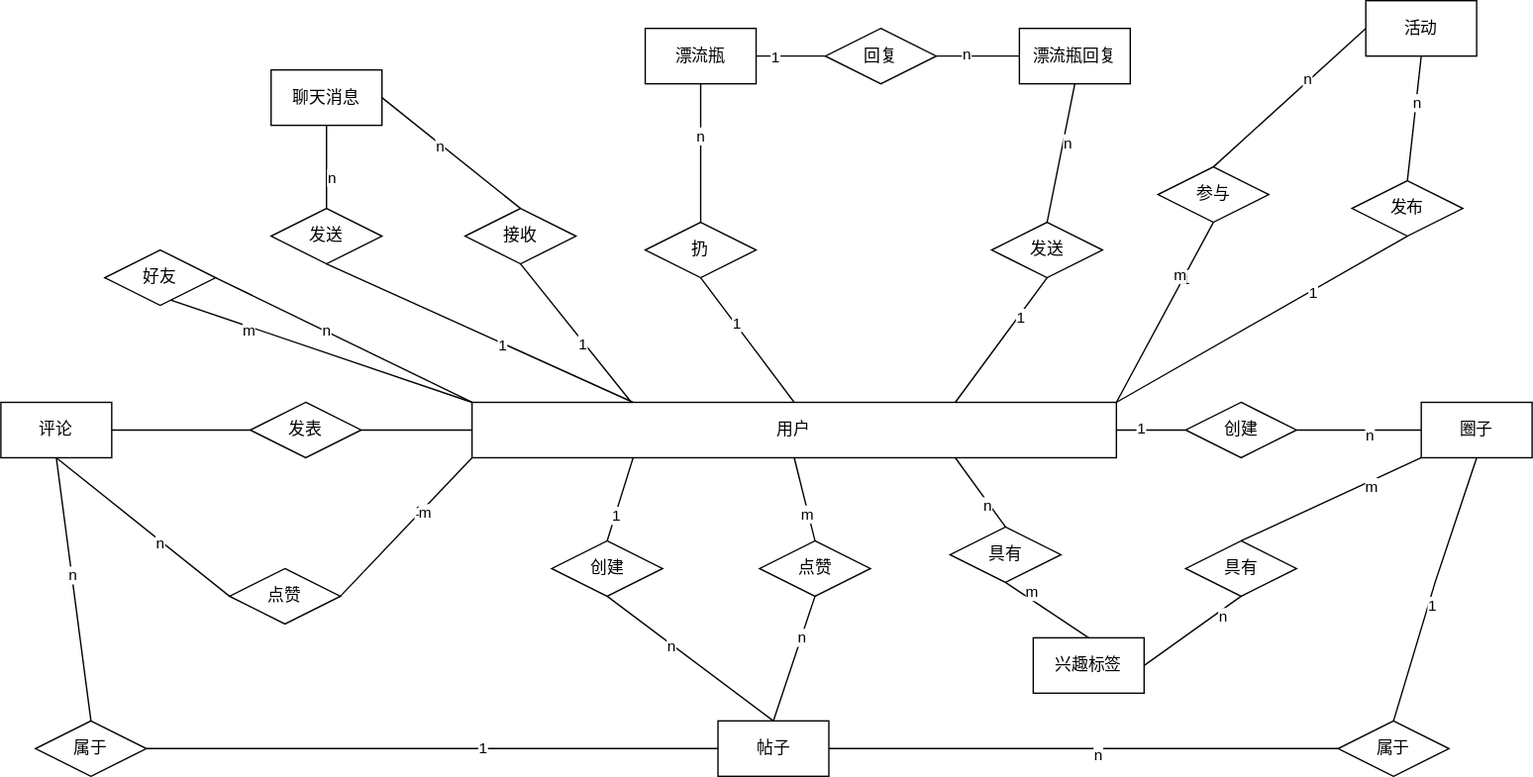
Guo-HY/BUAA_DB keeps this draw.io diagram as doc/pictures/联系E-R图.drawio.svg. Above is the earlier version. Source tidied: cells renumbered, new cells last; positions are measured from the earlier drawing's top-left corner, leaving out a move shared by most shapes.
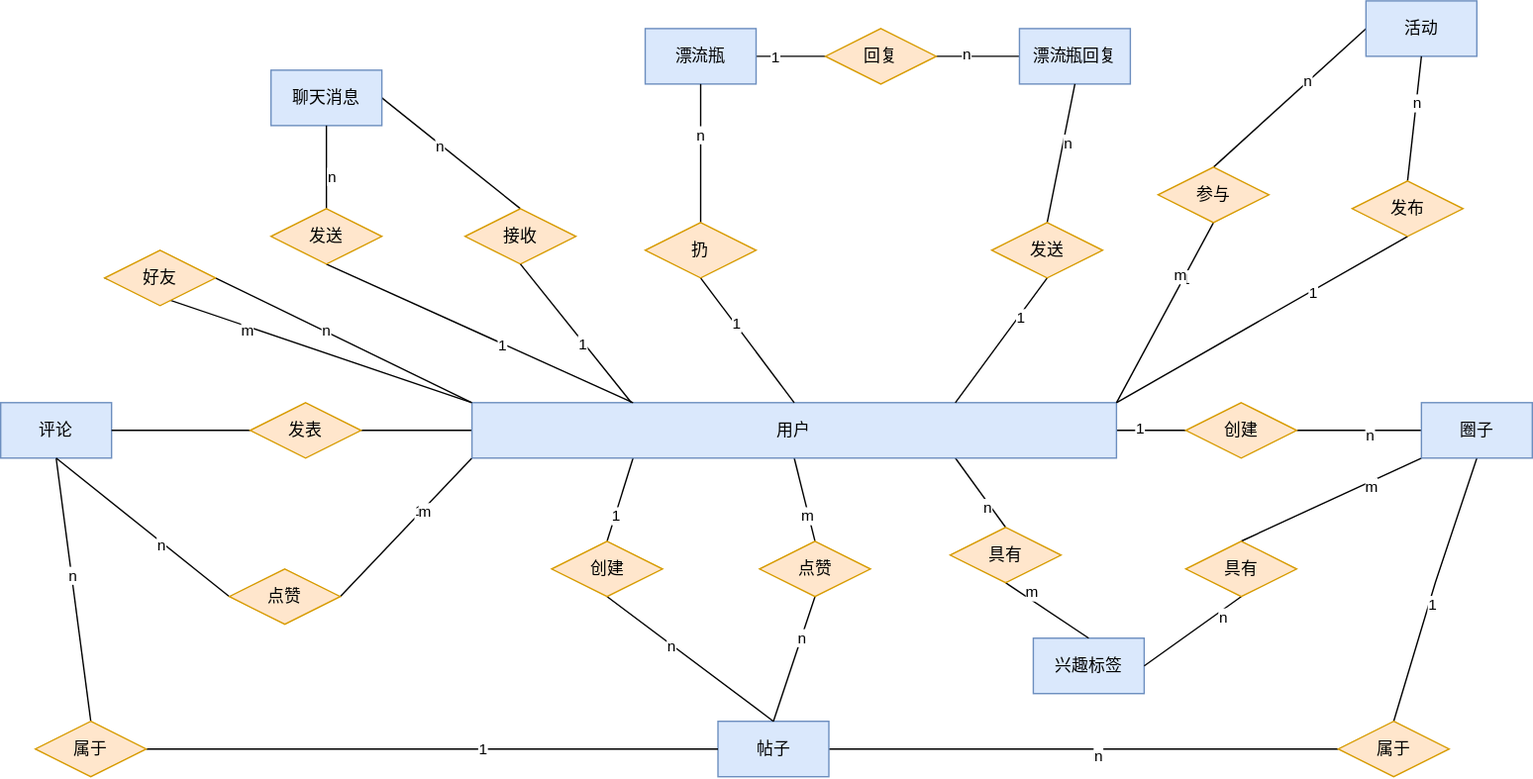
Above is the later version.

The edit, as a diff of the source:
```diff
@@ -46,7 +46,7 @@
         <mxPoint x="1" as="offset" />
       </mxGeometry>
     </mxCell>
-    <mxCell id="16" value="用户" style="rounded=0;whiteSpace=wrap;html=1;" parent="1" vertex="1">
+    <mxCell id="16" value="用户" style="rounded=0;whiteSpace=wrap;html=1;fillColor=#dae8fc;strokeColor=#6c8ebf;" parent="1" vertex="1">
       <mxGeometry x="340" y="290" width="465" height="40" as="geometry" />
     </mxCell>
     <mxCell id="17" style="edgeStyle=orthogonalEdgeStyle;rounded=0;jettySize=auto;html=1;exitX=1;exitY=0.5;exitDx=0;exitDy=0;endArrow=none;endFill=0;" parent="1" edge="1" source="19" target="24">
@@ -55,7 +55,7 @@
     <mxCell id="18" value="n" style="edgeLabel;html=1;align=center;verticalAlign=middle;" parent="17" vertex="1">
       <mxGeometry x="0.16" y="-3" relative="1" as="geometry" />
     </mxCell>
-    <mxCell id="19" value="创建" style="rhombus;whiteSpace=wrap;html=1;" parent="1" vertex="1">
+    <mxCell id="19" value="创建" style="rhombus;whiteSpace=wrap;html=1;fillColor=#ffe6cc;strokeColor=#d79b00;" parent="1" vertex="1">
       <mxGeometry x="855" y="290" width="80" height="40" as="geometry" />
     </mxCell>
     <mxCell id="20" style="edgeStyle=none;rounded=0;jettySize=auto;html=1;exitX=0.5;exitY=1;exitDx=0;exitDy=0;entryX=0.5;entryY=0;entryDx=0;entryDy=0;endArrow=none;endFill=0;" parent="1" edge="1" source="24" target="36">
@@ -74,7 +74,7 @@
     <mxCell id="23" value="m" style="edgeLabel;html=1;align=center;verticalAlign=middle;" parent="22" vertex="1">
       <mxGeometry x="-0.41" y="3" relative="1" as="geometry" />
     </mxCell>
-    <mxCell id="24" value="圈子" style="rounded=0;whiteSpace=wrap;html=1;" parent="1" vertex="1">
+    <mxCell id="24" value="圈子" style="rounded=0;whiteSpace=wrap;html=1;fillColor=#dae8fc;strokeColor=#6c8ebf;" parent="1" vertex="1">
       <mxGeometry x="1025" y="290" width="80" height="40" as="geometry" />
     </mxCell>
     <mxCell id="25" style="edgeStyle=orthogonalEdgeStyle;rounded=0;jettySize=auto;html=1;exitX=1;exitY=0.5;exitDx=0;exitDy=0;entryX=0;entryY=0.5;entryDx=0;entryDy=0;endArrow=none;endFill=0;" parent="1" edge="1" source="27" target="36">
@@ -83,7 +83,7 @@
     <mxCell id="26" value="n" style="edgeLabel;html=1;align=center;verticalAlign=middle;" parent="25" vertex="1">
       <mxGeometry x="0.05" y="-4" relative="1" as="geometry" />
     </mxCell>
-    <mxCell id="27" value="帖子" style="rounded=0;whiteSpace=wrap;html=1;" parent="1" vertex="1">
+    <mxCell id="27" value="帖子" style="rounded=0;whiteSpace=wrap;html=1;fillColor=#dae8fc;strokeColor=#6c8ebf;" parent="1" vertex="1">
       <mxGeometry x="517.5" y="520" width="80" height="40" as="geometry" />
     </mxCell>
     <mxCell id="28" style="edgeStyle=none;rounded=0;jettySize=auto;html=1;exitX=0.5;exitY=1;exitDx=0;exitDy=0;entryX=0.5;entryY=0;entryDx=0;entryDy=0;endArrow=none;endFill=0;" parent="1" edge="1" source="30" target="27">
@@ -92,7 +92,7 @@
     <mxCell id="29" value="n" style="edgeLabel;html=1;align=center;verticalAlign=middle;" parent="28" vertex="1">
       <mxGeometry x="-0.23" y="-1" relative="1" as="geometry" />
     </mxCell>
-    <mxCell id="30" value="创建" style="rhombus;whiteSpace=wrap;html=1;" parent="1" vertex="1">
+    <mxCell id="30" value="创建" style="rhombus;whiteSpace=wrap;html=1;fillColor=#ffe6cc;strokeColor=#d79b00;" parent="1" vertex="1">
       <mxGeometry x="397.5" y="390" width="80" height="40" as="geometry" />
     </mxCell>
     <mxCell id="31" style="rounded=0;jettySize=auto;html=1;exitX=0.5;exitY=1;exitDx=0;exitDy=0;entryX=0.5;entryY=0;entryDx=0;entryDy=0;endArrow=none;endFill=0;" parent="1" edge="1" source="33" target="39">
@@ -101,16 +101,16 @@
     <mxCell id="32" value="n" style="edgeLabel;html=1;align=center;verticalAlign=middle;" parent="31" vertex="1">
       <mxGeometry x="-0.11" relative="1" as="geometry" />
     </mxCell>
-    <mxCell id="33" value="评论" style="rounded=0;whiteSpace=wrap;html=1;" parent="1" vertex="1">
+    <mxCell id="33" value="评论" style="rounded=0;whiteSpace=wrap;html=1;fillColor=#dae8fc;strokeColor=#6c8ebf;" parent="1" vertex="1">
       <mxGeometry y="290" width="80" height="40" as="geometry" />
     </mxCell>
     <mxCell id="34" style="edgeStyle=none;rounded=0;jettySize=auto;html=1;exitX=0;exitY=0.5;exitDx=0;exitDy=0;entryX=1;entryY=0.5;entryDx=0;entryDy=0;endArrow=none;endFill=0;" parent="1" edge="1" source="35" target="33">
       <mxGeometry relative="1" as="geometry" />
     </mxCell>
-    <mxCell id="35" value="发表" style="rhombus;whiteSpace=wrap;html=1;" parent="1" vertex="1">
+    <mxCell id="35" value="发表" style="rhombus;whiteSpace=wrap;html=1;fillColor=#ffe6cc;strokeColor=#d79b00;" parent="1" vertex="1">
       <mxGeometry x="180" y="290" width="80" height="40" as="geometry" />
     </mxCell>
-    <mxCell id="36" value="属于" style="rhombus;whiteSpace=wrap;html=1;" parent="1" vertex="1">
+    <mxCell id="36" value="属于" style="rhombus;whiteSpace=wrap;html=1;fillColor=#ffe6cc;strokeColor=#d79b00;" parent="1" vertex="1">
       <mxGeometry x="965" y="520" width="80" height="40" as="geometry" />
     </mxCell>
     <mxCell id="37" style="edgeStyle=orthogonalEdgeStyle;rounded=0;jettySize=auto;html=1;exitX=1;exitY=0.5;exitDx=0;exitDy=0;entryX=0;entryY=0.5;entryDx=0;entryDy=0;endArrow=none;endFill=0;" parent="1" edge="1" source="39" target="27">
@@ -119,7 +119,7 @@
     <mxCell id="38" value="1" style="edgeLabel;html=1;align=center;verticalAlign=middle;" parent="37" vertex="1">
       <mxGeometry x="0.17" y="1" relative="1" as="geometry" />
     </mxCell>
-    <mxCell id="39" value="属于" style="rhombus;whiteSpace=wrap;html=1;" parent="1" vertex="1">
+    <mxCell id="39" value="属于" style="rhombus;whiteSpace=wrap;html=1;fillColor=#ffe6cc;strokeColor=#d79b00;" parent="1" vertex="1">
       <mxGeometry x="25" y="520" width="80" height="40" as="geometry" />
     </mxCell>
     <mxCell id="40" style="edgeStyle=none;rounded=0;jettySize=auto;html=1;exitX=0;exitY=0.5;exitDx=0;exitDy=0;entryX=0.5;entryY=1;entryDx=0;entryDy=0;endArrow=none;endFill=0;" parent="1" edge="1" source="42" target="33">
@@ -130,7 +130,7 @@
         <mxPoint x="1" as="offset" />
       </mxGeometry>
     </mxCell>
-    <mxCell id="42" value="点赞" style="rhombus;whiteSpace=wrap;html=1;" parent="1" vertex="1">
+    <mxCell id="42" value="点赞" style="rhombus;whiteSpace=wrap;html=1;fillColor=#ffe6cc;strokeColor=#d79b00;" parent="1" vertex="1">
       <mxGeometry x="165" y="410" width="80" height="40" as="geometry" />
     </mxCell>
     <mxCell id="43" style="edgeStyle=none;rounded=0;jettySize=auto;html=1;exitX=0.5;exitY=1;exitDx=0;exitDy=0;endArrow=none;endFill=0;entryX=0.5;entryY=0;entryDx=0;entryDy=0;" parent="1" edge="1" source="45" target="27">
@@ -139,7 +139,7 @@
     <mxCell id="44" value="n" style="edgeLabel;html=1;align=center;verticalAlign=middle;" parent="43" vertex="1">
       <mxGeometry x="-0.34" relative="1" as="geometry" />
     </mxCell>
-    <mxCell id="45" value="点赞" style="rhombus;whiteSpace=wrap;html=1;" parent="1" vertex="1">
+    <mxCell id="45" value="点赞" style="rhombus;whiteSpace=wrap;html=1;fillColor=#ffe6cc;strokeColor=#d79b00;" parent="1" vertex="1">
       <mxGeometry x="547.5" y="390" width="80" height="40" as="geometry" />
     </mxCell>
     <mxCell id="46" style="edgeStyle=none;rounded=0;jettySize=auto;html=1;exitX=1;exitY=0.5;exitDx=0;exitDy=0;entryX=0;entryY=0;entryDx=0;entryDy=0;endArrow=none;endFill=0;" parent="1" edge="1" source="48" target="16">
@@ -148,7 +148,7 @@
     <mxCell id="47" value="n" style="edgeLabel;html=1;align=center;verticalAlign=middle;" parent="46" vertex="1">
       <mxGeometry x="-0.15" y="1" relative="1" as="geometry" />
     </mxCell>
-    <mxCell id="48" value="好友" style="rhombus;whiteSpace=wrap;html=1;" parent="1" vertex="1">
+    <mxCell id="48" value="好友" style="rhombus;whiteSpace=wrap;html=1;fillColor=#ffe6cc;strokeColor=#d79b00;" parent="1" vertex="1">
       <mxGeometry x="75" y="180" width="80" height="40" as="geometry" />
     </mxCell>
     <mxCell id="49" style="edgeStyle=none;rounded=0;jettySize=auto;html=1;exitX=1;exitY=0.5;exitDx=0;exitDy=0;entryX=0.5;entryY=0;entryDx=0;entryDy=0;endArrow=none;endFill=0;" parent="1" edge="1" source="51" target="86">
@@ -157,7 +157,7 @@
     <mxCell id="50" value="n" style="edgeLabel;html=1;align=center;verticalAlign=middle;" parent="49" vertex="1">
       <mxGeometry x="-0.16" y="-1" relative="1" as="geometry" />
     </mxCell>
-    <mxCell id="51" value="聊天消息" style="rounded=0;whiteSpace=wrap;html=1;" parent="1" vertex="1">
+    <mxCell id="51" value="聊天消息" style="rounded=0;whiteSpace=wrap;html=1;fillColor=#dae8fc;strokeColor=#6c8ebf;" parent="1" vertex="1">
       <mxGeometry x="195" y="50" width="80" height="40" as="geometry" />
     </mxCell>
     <mxCell id="52" style="edgeStyle=none;rounded=0;jettySize=auto;html=1;exitX=0.5;exitY=0;exitDx=0;exitDy=0;entryX=0.5;entryY=1;entryDx=0;entryDy=0;endArrow=none;endFill=0;" parent="1" edge="1" source="56" target="51">
@@ -172,7 +172,7 @@
     <mxCell id="55" value="1" style="edgeLabel;html=1;align=center;verticalAlign=middle;" parent="54" vertex="1">
       <mxGeometry x="0.14" y="-1" relative="1" as="geometry" />
     </mxCell>
-    <mxCell id="56" value="发送" style="rhombus;whiteSpace=wrap;html=1;" parent="1" vertex="1">
+    <mxCell id="56" value="发送" style="rhombus;whiteSpace=wrap;html=1;fillColor=#ffe6cc;strokeColor=#d79b00;" parent="1" vertex="1">
       <mxGeometry x="195" y="150" width="80" height="40" as="geometry" />
     </mxCell>
     <mxCell id="57" style="edgeStyle=none;rounded=0;jettySize=auto;html=1;exitX=1;exitY=0.5;exitDx=0;exitDy=0;entryX=0;entryY=0.5;entryDx=0;entryDy=0;endArrow=none;endFill=0;" parent="1" edge="1" source="59" target="73">
@@ -181,7 +181,7 @@
     <mxCell id="58" value="1" style="edgeLabel;html=1;align=center;verticalAlign=middle;" parent="57" vertex="1">
       <mxGeometry x="-0.46" relative="1" as="geometry" />
     </mxCell>
-    <mxCell id="59" value="漂流瓶" style="rounded=0;whiteSpace=wrap;html=1;" parent="1" vertex="1">
+    <mxCell id="59" value="漂流瓶" style="rounded=0;whiteSpace=wrap;html=1;fillColor=#dae8fc;strokeColor=#6c8ebf;" parent="1" vertex="1">
       <mxGeometry x="465" y="20" width="80" height="40" as="geometry" />
     </mxCell>
     <mxCell id="60" style="edgeStyle=none;rounded=0;jettySize=auto;html=1;exitX=0.5;exitY=0;exitDx=0;exitDy=0;entryX=0.5;entryY=1;entryDx=0;entryDy=0;endArrow=none;endFill=0;" parent="1" edge="1" source="64" target="59">
@@ -196,7 +196,7 @@
     <mxCell id="63" value="1" style="edgeLabel;html=1;align=center;verticalAlign=middle;" parent="62" vertex="1">
       <mxGeometry x="-0.28" y="1" relative="1" as="geometry" />
     </mxCell>
-    <mxCell id="64" value="扔" style="rhombus;whiteSpace=wrap;html=1;" parent="1" vertex="1">
+    <mxCell id="64" value="扔" style="rhombus;whiteSpace=wrap;html=1;fillColor=#ffe6cc;strokeColor=#d79b00;" parent="1" vertex="1">
       <mxGeometry x="465" y="160" width="80" height="40" as="geometry" />
     </mxCell>
     <mxCell id="65" style="edgeStyle=none;rounded=0;jettySize=auto;html=1;exitX=0;exitY=0.5;exitDx=0;exitDy=0;entryX=1;entryY=0.5;entryDx=0;entryDy=0;endArrow=none;endFill=0;" parent="1" edge="1" source="67" target="73">
@@ -205,7 +205,7 @@
     <mxCell id="66" value="n" style="edgeLabel;html=1;align=center;verticalAlign=middle;" parent="65" vertex="1">
       <mxGeometry x="0.3" y="-2" relative="1" as="geometry" />
     </mxCell>
-    <mxCell id="67" value="漂流瓶回复" style="rounded=0;whiteSpace=wrap;html=1;" parent="1" vertex="1">
+    <mxCell id="67" value="漂流瓶回复" style="rounded=0;whiteSpace=wrap;html=1;fillColor=#dae8fc;strokeColor=#6c8ebf;" parent="1" vertex="1">
       <mxGeometry x="735" y="20" width="80" height="40" as="geometry" />
     </mxCell>
     <mxCell id="68" style="edgeStyle=none;rounded=0;jettySize=auto;html=1;exitX=0.5;exitY=0;exitDx=0;exitDy=0;entryX=0.5;entryY=1;entryDx=0;entryDy=0;endArrow=none;endFill=0;" parent="1" edge="1" source="72" target="67">
@@ -220,10 +220,10 @@
     <mxCell id="71" value="1" style="edgeLabel;html=1;align=center;verticalAlign=middle;" parent="70" vertex="1">
       <mxGeometry x="-0.38" y="1" relative="1" as="geometry" />
     </mxCell>
-    <mxCell id="72" value="发送" style="rhombus;whiteSpace=wrap;html=1;" parent="1" vertex="1">
+    <mxCell id="72" value="发送" style="rhombus;whiteSpace=wrap;html=1;fillColor=#ffe6cc;strokeColor=#d79b00;" parent="1" vertex="1">
       <mxGeometry x="715" y="160" width="80" height="40" as="geometry" />
     </mxCell>
-    <mxCell id="73" value="回复" style="rhombus;whiteSpace=wrap;html=1;" parent="1" vertex="1">
+    <mxCell id="73" value="回复" style="rhombus;whiteSpace=wrap;html=1;fillColor=#ffe6cc;strokeColor=#d79b00;" parent="1" vertex="1">
       <mxGeometry x="595" y="20" width="80" height="40" as="geometry" />
     </mxCell>
     <mxCell id="74" style="edgeStyle=none;rounded=0;jettySize=auto;html=1;exitX=0;exitY=0.5;exitDx=0;exitDy=0;entryX=0.5;entryY=0;entryDx=0;entryDy=0;endArrow=none;endFill=0;" parent="1" edge="1" source="76" target="85">
@@ -232,7 +232,7 @@
     <mxCell id="75" value="n" style="edgeLabel;html=1;align=center;verticalAlign=middle;" parent="74" vertex="1">
       <mxGeometry x="-0.24" y="-1" relative="1" as="geometry" />
     </mxCell>
-    <mxCell id="76" value="活动" style="rounded=0;whiteSpace=wrap;html=1;" parent="1" vertex="1">
+    <mxCell id="76" value="活动" style="rounded=0;whiteSpace=wrap;html=1;fillColor=#dae8fc;strokeColor=#6c8ebf;" parent="1" vertex="1">
       <mxGeometry x="985" width="80" height="40" as="geometry" />
     </mxCell>
     <mxCell id="77" style="edgeStyle=none;rounded=0;jettySize=auto;html=1;exitX=0.5;exitY=0;exitDx=0;exitDy=0;entryX=0.5;entryY=1;entryDx=0;entryDy=0;endArrow=none;endFill=0;" parent="1" edge="1" source="81" target="76">
@@ -247,7 +247,7 @@
     <mxCell id="80" value="1" style="edgeLabel;html=1;align=center;verticalAlign=middle;" parent="79" vertex="1">
       <mxGeometry x="-0.33" y="1" relative="1" as="geometry" />
     </mxCell>
-    <mxCell id="81" value="发布" style="rhombus;whiteSpace=wrap;html=1;" parent="1" vertex="1">
+    <mxCell id="81" value="发布" style="rhombus;whiteSpace=wrap;html=1;fillColor=#ffe6cc;strokeColor=#d79b00;" parent="1" vertex="1">
       <mxGeometry x="975" y="130" width="80" height="40" as="geometry" />
     </mxCell>
     <mxCell id="82" style="edgeStyle=none;rounded=0;jettySize=auto;html=1;exitX=0.5;exitY=1;exitDx=0;exitDy=0;entryX=1;entryY=0;entryDx=0;entryDy=0;endArrow=none;endFill=0;" parent="1" edge="1" source="85" target="16">
@@ -259,10 +259,10 @@
     <mxCell id="84" value="m" style="edgeLabel;html=1;align=center;verticalAlign=middle;" parent="82" vertex="1">
       <mxGeometry x="-0.4" y="-4" relative="1" as="geometry" />
     </mxCell>
-    <mxCell id="85" value="参与" style="rhombus;whiteSpace=wrap;html=1;" parent="1" vertex="1">
+    <mxCell id="85" value="参与" style="rhombus;whiteSpace=wrap;html=1;fillColor=#ffe6cc;strokeColor=#d79b00;" parent="1" vertex="1">
       <mxGeometry x="835" y="120" width="80" height="40" as="geometry" />
     </mxCell>
-    <mxCell id="86" value="接收" style="rhombus;whiteSpace=wrap;html=1;" parent="1" vertex="1">
+    <mxCell id="86" value="接收" style="rhombus;whiteSpace=wrap;html=1;fillColor=#ffe6cc;strokeColor=#d79b00;" parent="1" vertex="1">
       <mxGeometry x="335" y="150" width="80" height="40" as="geometry" />
     </mxCell>
     <mxCell id="87" style="edgeStyle=none;rounded=0;jettySize=auto;html=1;exitX=0.5;exitY=1;exitDx=0;exitDy=0;endArrow=none;endFill=0;" parent="1" edge="1" source="86">
@@ -273,7 +273,7 @@
     <mxCell id="88" value="1" style="edgeLabel;html=1;align=center;verticalAlign=middle;" parent="87" vertex="1">
       <mxGeometry x="0.14" y="-1" relative="1" as="geometry" />
     </mxCell>
-    <mxCell id="89" value="兴趣标签" style="rounded=0;whiteSpace=wrap;html=1;" parent="1" vertex="1">
+    <mxCell id="89" value="兴趣标签" style="rounded=0;whiteSpace=wrap;html=1;fillColor=#dae8fc;strokeColor=#6c8ebf;" parent="1" vertex="1">
       <mxGeometry x="745" y="460" width="80" height="40" as="geometry" />
     </mxCell>
     <mxCell id="90" style="edgeStyle=none;rounded=0;jettySize=auto;html=1;exitX=0.5;exitY=1;exitDx=0;exitDy=0;entryX=0.5;entryY=0;entryDx=0;entryDy=0;endArrow=none;endFill=0;" parent="1" edge="1" source="92" target="89">
@@ -284,7 +284,7 @@
         <mxPoint y="-1" as="offset" />
       </mxGeometry>
     </mxCell>
-    <mxCell id="92" value="具有" style="rhombus;whiteSpace=wrap;html=1;" parent="1" vertex="1">
+    <mxCell id="92" value="具有" style="rhombus;whiteSpace=wrap;html=1;fillColor=#ffe6cc;strokeColor=#d79b00;" parent="1" vertex="1">
       <mxGeometry x="685" y="380" width="80" height="40" as="geometry" />
     </mxCell>
     <mxCell id="93" style="edgeStyle=none;rounded=0;jettySize=auto;html=1;exitX=0.5;exitY=1;exitDx=0;exitDy=0;entryX=1;entryY=0.5;entryDx=0;entryDy=0;endArrow=none;endFill=0;" parent="1" edge="1" source="95" target="89">
@@ -293,7 +293,7 @@
     <mxCell id="94" value="n" style="edgeLabel;html=1;align=center;verticalAlign=middle;" parent="93" vertex="1">
       <mxGeometry x="-0.57" y="4" relative="1" as="geometry" />
     </mxCell>
-    <mxCell id="95" value="具有" style="rhombus;whiteSpace=wrap;html=1;" parent="1" vertex="1">
+    <mxCell id="95" value="具有" style="rhombus;whiteSpace=wrap;html=1;fillColor=#ffe6cc;strokeColor=#d79b00;" parent="1" vertex="1">
       <mxGeometry x="855" y="390" width="80" height="40" as="geometry" />
     </mxCell>
   </root>
```
